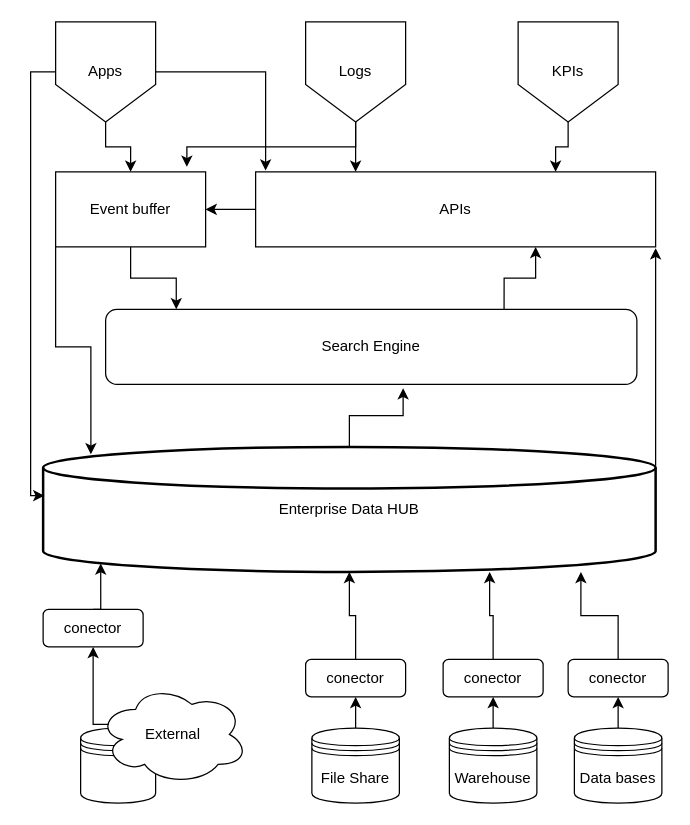
This is img/Untitled Diagram.drawio from eiAlex/eialex.github.io, a draw.io file, before an edit. Source tidied: cells renumbered, new cells numbered last; positions are measured from the earlier drawing's top-left corner, leaving out a move shared by most shapes. Both pictures are drawn from the tidied source at 125%, with x=0, y=0 at pixel (42, 21).
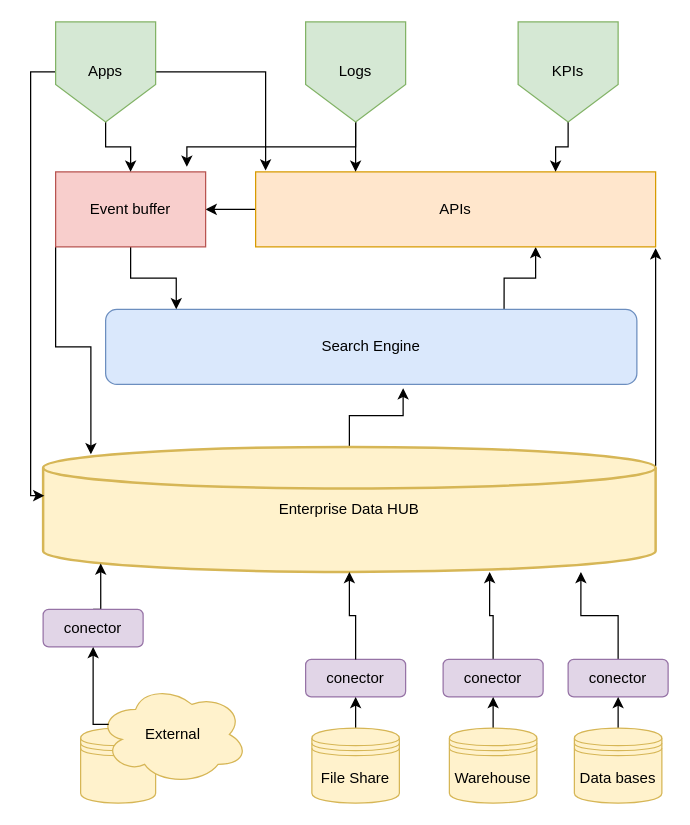
The same page after the edit.

The change refers to these unchanged cells:
```xml
<mxCell id="8" style="group;" parent="1" vertex="1">
  <mxGeometry x="30" y="530" width="134" height="95" as="geometry" />
</mxCell>
<mxCell id="18" style="group;" parent="1" vertex="1">
  <mxGeometry x="210" y="510" width="80" height="115" as="geometry" />
</mxCell>
```

Change to the diagram source:
```diff
@@
-    <mxCell id="3" value="Enterprise Data HUB" style="strokeWidth=2;html=1;shape=mxgraph.flowchart.database;whiteSpace=wrap;align=center;" parent="1" vertex="1">
+    <mxCell id="3" value="Enterprise Data HUB" style="strokeWidth=2;html=1;shape=mxgraph.flowchart.database;whiteSpace=wrap;align=center;fillColor=#fff2cc;strokeColor=#d6b656;" parent="1" vertex="1">
       <mxGeometry y="340" width="490" height="100" as="geometry" />
     </mxCell>
@@
-    <mxCell id="5" value="conector" style="rounded=1;whiteSpace=wrap;html=1;" parent="1" vertex="1">
+    <mxCell id="5" value="conector" style="rounded=1;whiteSpace=wrap;html=1;fillColor=#e1d5e7;strokeColor=#9673a6;" parent="1" vertex="1">
       <mxGeometry x="320" y="510" width="80" height="30" as="geometry" />
     </mxCell>
@@
-    <mxCell id="7" value="Warehouse" style="shape=datastore;whiteSpace=wrap;html=1;" parent="1" vertex="1">
+    <mxCell id="7" value="Warehouse" style="shape=datastore;whiteSpace=wrap;html=1;fillColor=#fff2cc;strokeColor=#d6b656;" parent="1" vertex="1">
       <mxGeometry x="325" y="565" width="70" height="60" as="geometry" />
     </mxCell>
@@
-    <mxCell id="9" style="shape=datastore;whiteSpace=wrap;html=1;" parent="8" vertex="1">
+    <mxCell id="9" style="shape=datastore;whiteSpace=wrap;html=1;fillColor=#fff2cc;strokeColor=#d6b656;" parent="8" vertex="1">
       <mxGeometry y="35" width="60" height="60" as="geometry" />
     </mxCell>
-    <mxCell id="10" value="External&lt;br&gt;" style="ellipse;shape=cloud;whiteSpace=wrap;html=1;" parent="8" vertex="1">
+    <mxCell id="10" value="External&lt;br&gt;" style="ellipse;shape=cloud;whiteSpace=wrap;html=1;fillColor=#fff2cc;strokeColor=#d6b656;" parent="8" vertex="1">
       <mxGeometry x="14" width="120" height="80" as="geometry" />
     </mxCell>
@@
-    <mxCell id="12" value="conector" style="rounded=1;whiteSpace=wrap;html=1;" parent="1" vertex="1">
+    <mxCell id="12" value="conector" style="rounded=1;whiteSpace=wrap;html=1;fillColor=#e1d5e7;strokeColor=#9673a6;" parent="1" vertex="1">
       <mxGeometry x="420" y="510" width="80" height="30" as="geometry" />
     </mxCell>
@@
-    <mxCell id="14" value="Data bases" style="shape=datastore;whiteSpace=wrap;html=1;" parent="1" vertex="1">
+    <mxCell id="14" value="Data bases" style="shape=datastore;whiteSpace=wrap;html=1;fillColor=#fff2cc;strokeColor=#d6b656;" parent="1" vertex="1">
       <mxGeometry x="425" y="565" width="70" height="60" as="geometry" />
     </mxCell>
@@
-    <mxCell id="16" value="conector" style="rounded=1;whiteSpace=wrap;html=1;" parent="1" vertex="1">
+    <mxCell id="16" value="conector" style="rounded=1;whiteSpace=wrap;html=1;fillColor=#e1d5e7;strokeColor=#9673a6;" parent="1" vertex="1">
       <mxGeometry y="470" width="80" height="30" as="geometry" />
     </mxCell>
@@
-    <mxCell id="19" value="conector" style="rounded=1;whiteSpace=wrap;html=1;" parent="18" vertex="1">
+    <mxCell id="19" value="conector" style="rounded=1;whiteSpace=wrap;html=1;fillColor=#e1d5e7;strokeColor=#9673a6;" parent="18" vertex="1">
       <mxGeometry width="80" height="30" as="geometry" />
     </mxCell>
@@
-    <mxCell id="21" value="File Share" style="shape=datastore;whiteSpace=wrap;html=1;" parent="18" vertex="1">
+    <mxCell id="21" value="File Share" style="shape=datastore;whiteSpace=wrap;html=1;fillColor=#fff2cc;strokeColor=#d6b656;" parent="18" vertex="1">
       <mxGeometry x="5" y="55" width="70" height="60" as="geometry" />
     </mxCell>
@@
-    <mxCell id="25" value="Search Engine" style="rounded=1;whiteSpace=wrap;html=1;" parent="1" vertex="1">
+    <mxCell id="25" value="Search Engine" style="rounded=1;whiteSpace=wrap;html=1;fillColor=#dae8fc;strokeColor=#6c8ebf;" parent="1" vertex="1">
       <mxGeometry x="50" y="230" width="425" height="60" as="geometry" />
     </mxCell>
@@
-    <mxCell id="27" value="APIs" style="rounded=0;whiteSpace=wrap;html=1;" parent="1" vertex="1">
+    <mxCell id="27" value="APIs" style="rounded=0;whiteSpace=wrap;html=1;fillColor=#ffe6cc;strokeColor=#d79b00;" parent="1" vertex="1">
       <mxGeometry x="170" y="120" width="320" height="60" as="geometry" />
     </mxCell>
@@
-    <mxCell id="29" value="Event buffer" style="rounded=0;whiteSpace=wrap;html=1;" parent="1" vertex="1">
+    <mxCell id="29" value="Event buffer" style="rounded=0;whiteSpace=wrap;html=1;fillColor=#f8cecc;strokeColor=#b85450;" parent="1" vertex="1">
       <mxGeometry x="10" y="120" width="120" height="60" as="geometry" />
     </mxCell>
@@
-    <mxCell id="33" value="Logs" style="shape=offPageConnector;whiteSpace=wrap;html=1;" parent="1" vertex="1">
+    <mxCell id="33" value="Logs" style="shape=offPageConnector;whiteSpace=wrap;html=1;fillColor=#d5e8d4;strokeColor=#82b366;" parent="1" vertex="1">
       <mxGeometry x="210" width="80" height="80" as="geometry" />
     </mxCell>
@@
-    <mxCell id="37" value="Apps" style="shape=offPageConnector;whiteSpace=wrap;html=1;" parent="1" vertex="1">
+    <mxCell id="37" value="Apps" style="shape=offPageConnector;whiteSpace=wrap;html=1;fillColor=#d5e8d4;strokeColor=#82b366;" parent="1" vertex="1">
       <mxGeometry x="10" width="80" height="80" as="geometry" />
     </mxCell>
@@
-    <mxCell id="39" value="KPIs" style="shape=offPageConnector;whiteSpace=wrap;html=1;" parent="1" vertex="1">
+    <mxCell id="39" value="KPIs" style="shape=offPageConnector;whiteSpace=wrap;html=1;fillColor=#d5e8d4;strokeColor=#82b366;" parent="1" vertex="1">
       <mxGeometry x="380" width="80" height="80" as="geometry" />
     </mxCell>
```
